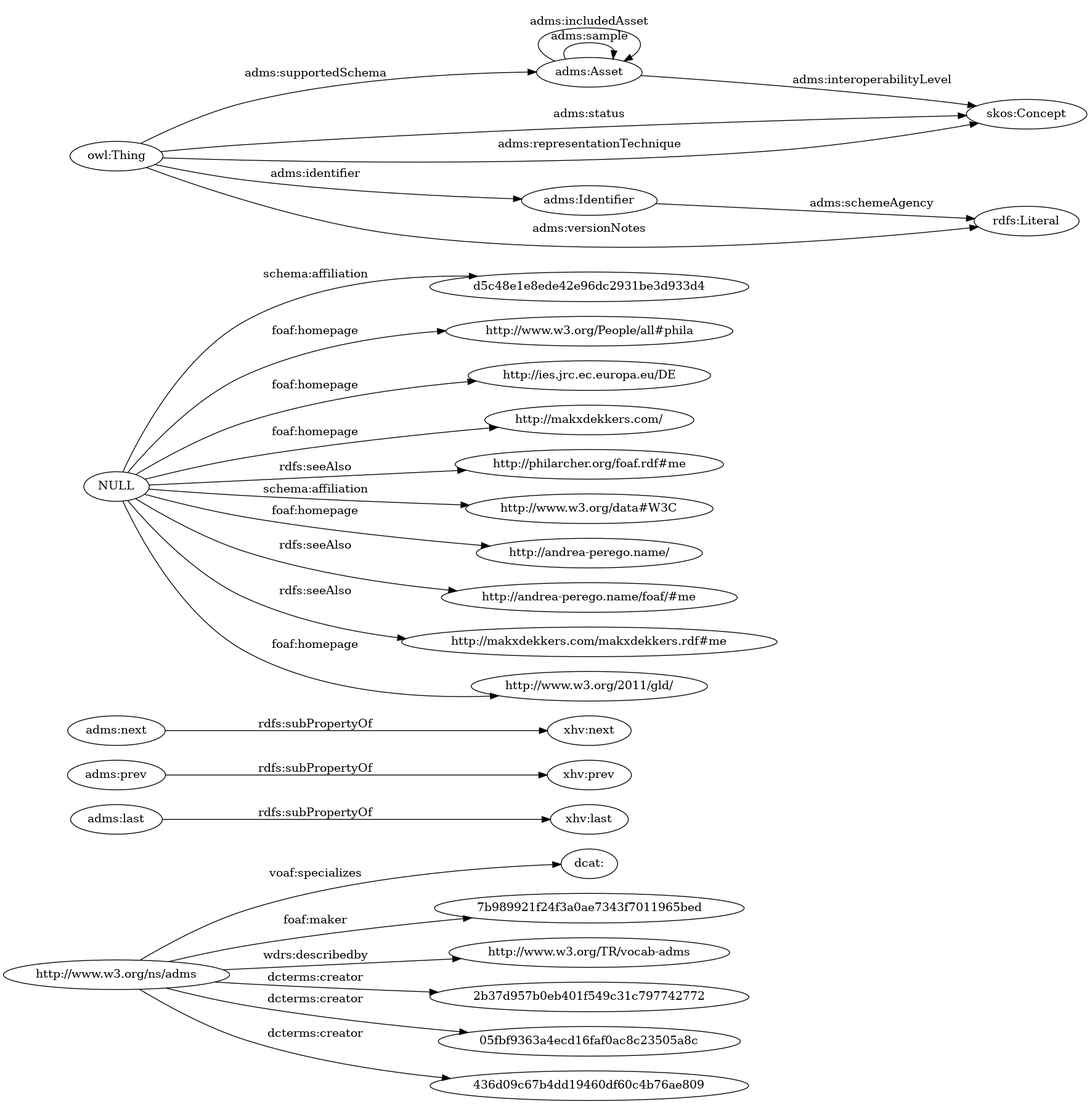
ahmad88me/ontologies_collection keeps this Graphviz diagram as OnToology/Top_in_lov/adms.rdf/diagrams/ar2dtool-class/adms.rdf.png. Above is the earlier version. Its source is kept beside it as OnToology/Top_in_lov/adms.rdf/diagrams/ar2dtool-class/adms.rdf.png.dot.
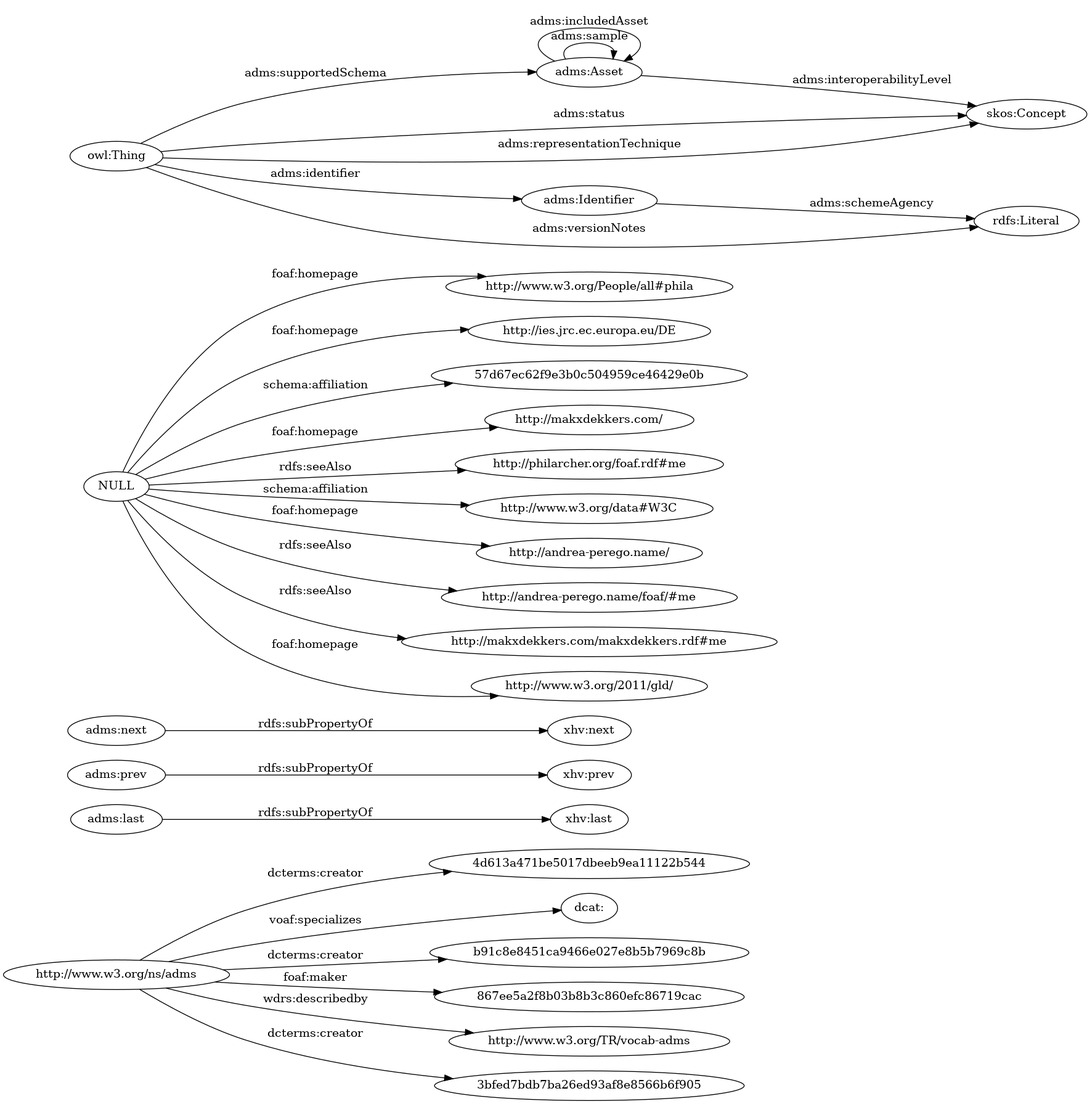
Above is the later version.

The edit, as a diff of the source:
```diff
@@ -1,18 +1,18 @@
 digraph ar2dtool_diagram {
 rankdir=LR;
 size="1501"
+	"http://www.w3.org/ns/adms" -> "4d613a471be5017dbeeb9ea11122b544" [ label = "dcterms:creator" ];
 	"http://www.w3.org/ns/adms" -> "dcat:" [ label = "voaf:specializes" ];
-	"http://www.w3.org/ns/adms" -> "7b989921f24f3a0ae7343f7011965bed" [ label = "foaf:maker" ];
+	"http://www.w3.org/ns/adms" -> "b91c8e8451ca9466e027e8b5b7969c8b" [ label = "dcterms:creator" ];
+	"http://www.w3.org/ns/adms" -> "867ee5a2f8b03b8b3c860efc86719cac" [ label = "foaf:maker" ];
 	"http://www.w3.org/ns/adms" -> "http://www.w3.org/TR/vocab-adms" [ label = "wdrs:describedby" ];
-	"http://www.w3.org/ns/adms" -> "2b37d957b0eb401f549c31c797742772" [ label = "dcterms:creator" ];
-	"http://www.w3.org/ns/adms" -> "05fbf9363a4ecd16faf0ac8c23505a8c" [ label = "dcterms:creator" ];
-	"http://www.w3.org/ns/adms" -> "436d09c67b4dd19460df60c4b76ae809" [ label = "dcterms:creator" ];
+	"http://www.w3.org/ns/adms" -> "3bfed7bdb7ba26ed93af8e8566b6f905" [ label = "dcterms:creator" ];
 	"adms:last" -> "xhv:last" [ label = "rdfs:subPropertyOf" ];
 	"adms:prev" -> "xhv:prev" [ label = "rdfs:subPropertyOf" ];
 	"adms:next" -> "xhv:next" [ label = "rdfs:subPropertyOf" ];
-	"NULL" -> "d5c48e1e8ede42e96dc2931be3d933d4" [ label = "schema:affiliation" ];
 	"NULL" -> "http://www.w3.org/People/all#phila" [ label = "foaf:homepage" ];
 	"NULL" -> "http://ies.jrc.ec.europa.eu/DE" [ label = "foaf:homepage" ];
+	"NULL" -> "57d67ec62f9e3b0c504959ce46429e0b" [ label = "schema:affiliation" ];
 	"NULL" -> "http://makxdekkers.com/" [ label = "foaf:homepage" ];
 	"NULL" -> "http://philarcher.org/foaf.rdf#me" [ label = "rdfs:seeAlso" ];
 	"NULL" -> "http://www.w3.org/data#W3C" [ label = "schema:affiliation" ];
```
